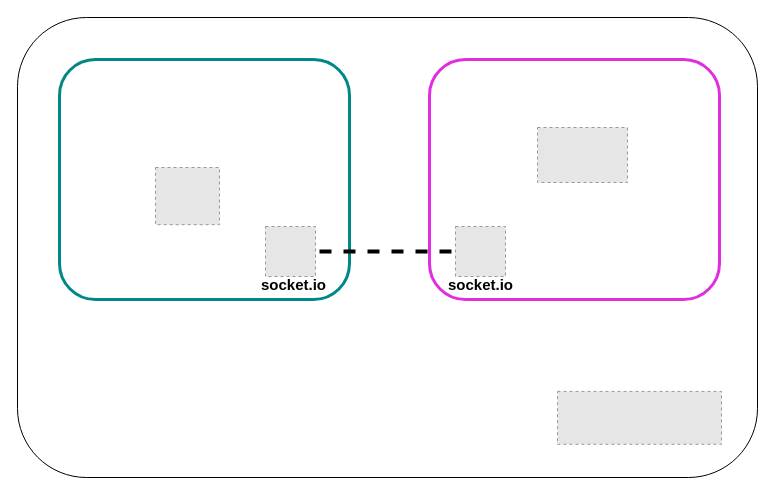
Earlier version of the draw.io diagram architecture.drawio (motionbeat/.github). Source tidied: cells renumbered, new cells numbered last; positions are measured from the earlier drawing's top-left corner, leaving out a move shared by most shapes. Both pictures are drawn from the tidied source at 100%, with x=0, y=0 at pixel (17, 17). Pictures stored in the file or linked from it are replaced by grey dashed boxes.
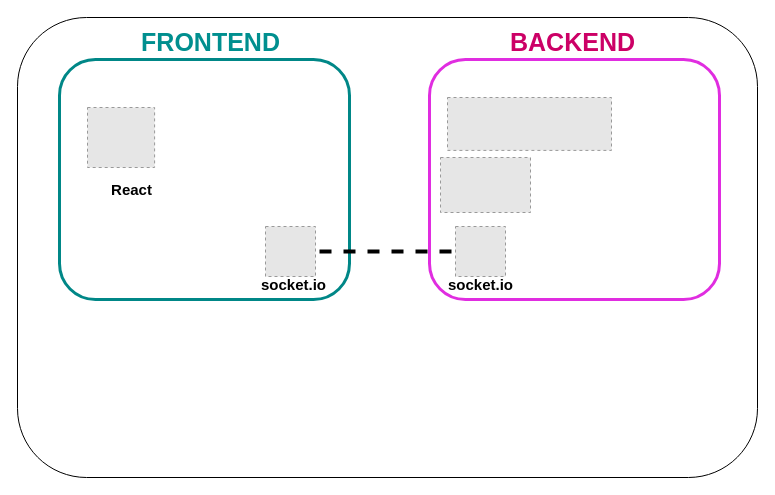
The same page after the edit.

Change to the diagram source:
```diff
@@
 <mxGraphModel>
   <root>
     <mxCell id="0" />
     <mxCell id="1" parent="0" />
     <mxCell id="2" value="&#10;&lt;span&gt;&lt;/span&gt;&lt;span&gt;&lt;/span&gt;&lt;span style=&quot;white-space:pre-wrap;&quot;&gt;&lt;/span&gt;&#10;&#10;" style="rounded=1;whiteSpace=wrap;html=1;" parent="1" vertex="1">
       <mxGeometry width="740" height="460" as="geometry" />
     </mxCell>
     <mxCell id="3" style="rounded=1;whiteSpace=wrap;html=1;strokeColor=#E02DE0;strokeWidth=3;" parent="1" vertex="1">
       <mxGeometry x="412" y="42" width="290" height="240" as="geometry" />
     </mxCell>
     <mxCell id="4" style="fillColor=#E6E6E6;strokeColor=#999999;dashed=1;verticalLabelPosition=bottom;labelBackgroundColor=default;verticalAlign=top;" parent="1" vertex="1">
       <mxGeometry x="438" y="209" width="50" height="50" as="geometry" />
     </mxCell>
     <mxCell id="5" style="fillColor=#E6E6E6;strokeColor=#999999;dashed=1;verticalLabelPosition=bottom;labelBackgroundColor=default;verticalAlign=top;" parent="1" vertex="1">
-      <mxGeometry x="540" y="373.9" width="164" height="52.9" as="geometry" />
+      <mxGeometry x="430" y="80" width="164" height="52.9" as="geometry" />
     </mxCell>
     <mxCell id="6" style="rounded=1;whiteSpace=wrap;html=1;strokeWidth=3;strokeColor=#008787;" parent="1" vertex="1">
       <mxGeometry x="42" y="42" width="290" height="240" as="geometry" />
     </mxCell>
     <mxCell id="7" style="fillColor=#E6E6E6;strokeColor=#999999;dashed=1;verticalLabelPosition=bottom;labelBackgroundColor=default;verticalAlign=top;" parent="1" vertex="1">
-      <mxGeometry x="138" y="150" width="64" height="57.2" as="geometry" />
+      <mxGeometry x="70" y="90" width="67.1" height="60" as="geometry" />
     </mxCell>
     <mxCell id="8" style="fillColor=#E6E6E6;strokeColor=#999999;dashed=1;verticalLabelPosition=bottom;labelBackgroundColor=default;verticalAlign=top;" parent="1" vertex="1">
-      <mxGeometry x="520" y="110" width="90" height="55" as="geometry" />
+      <mxGeometry x="423" y="140" width="90" height="55" as="geometry" />
     </mxCell>
     <mxCell id="9" style="fillColor=#E6E6E6;strokeColor=#999999;dashed=1;verticalLabelPosition=bottom;labelBackgroundColor=default;verticalAlign=top;" parent="1" vertex="1">
       <mxGeometry x="248" y="209" width="50" height="50" as="geometry" />
     </mxCell>
     <mxCell id="10" style="endArrow=none;dashed=1;html=1;rounded=0;exitX=1;exitY=0.5;exitDx=0;exitDy=0;strokeWidth=4;" parent="1" edge="1">
       <mxGeometry relative="1" as="geometry">
         <mxPoint x="302" y="234" as="sourcePoint" />
         <mxPoint x="442" y="234" as="targetPoint" />
       </mxGeometry>
     </mxCell>
     <mxCell id="11" value="&lt;font style=&quot;font-size: 15px;&quot;&gt;socket.io&lt;/font&gt;" style="text;strokeColor=none;fillColor=none;html=1;fontSize=24;fontStyle=1;verticalAlign=middle;align=center;" parent="1" vertex="1">
       <mxGeometry x="413" y="245" width="100" height="40" as="geometry" />
     </mxCell>
     <mxCell id="12" value="&lt;font style=&quot;font-size: 15px;&quot;&gt;socket.io&lt;/font&gt;" style="text;strokeColor=none;fillColor=none;html=1;fontSize=24;fontStyle=1;verticalAlign=middle;align=center;" parent="1" vertex="1">
       <mxGeometry x="226" y="245" width="100" height="40" as="geometry" />
     </mxCell>
+    <mxCell id="13" value="&lt;font color=&quot;#008f8f&quot; style=&quot;font-size: 25px;&quot;&gt;FRONTEND&lt;/font&gt;" style="text;strokeColor=none;fillColor=none;html=1;fontSize=24;fontStyle=1;verticalAlign=middle;align=center;" parent="1" vertex="1">
+      <mxGeometry x="143" y="5" width="100" height="40" as="geometry" />
+    </mxCell>
+    <mxCell id="14" value="&lt;span style=&quot;font-size: 15px;&quot;&gt;React&lt;/span&gt;" style="text;strokeColor=none;fillColor=none;html=1;fontSize=24;fontStyle=1;verticalAlign=middle;align=center;" parent="1" vertex="1">
+      <mxGeometry x="63.6" y="150" width="100" height="40" as="geometry" />
+    </mxCell>
+    <mxCell id="15" value="&lt;font color=&quot;#cc0066&quot; style=&quot;font-size: 25px;&quot;&gt;BACKEND&lt;/font&gt;" style="text;strokeColor=none;fillColor=none;html=1;fontSize=24;fontStyle=1;verticalAlign=middle;align=center;" parent="1" vertex="1">
+      <mxGeometry x="505" y="5" width="100" height="40" as="geometry" />
+    </mxCell>
   </root>
 </mxGraphModel>
```
